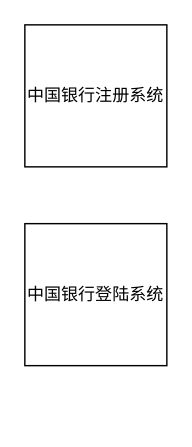
Foward-Fu/Demo keeps this draw.io diagram as 整体架构图.drawio. Above is the earlier version. Source tidied: cells renumbered, new cells numbered last; positions are measured from the earlier drawing's top-left corner, leaving out a move shared by most shapes. Both pictures are drawn from the tidied source at 142%, with x=0, y=0 at pixel (24, 24).
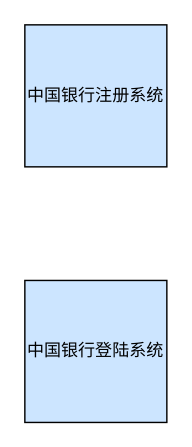
After the change.

Commit message (it also covers changes not shown here):
更新整体架构图.drawio

Diff of the diagram source:
```diff
@@
 <mxGraphModel>
   <root>
     <mxCell id="0" />
     <mxCell id="1" parent="0" />
-    <mxCell id="2" value="中国银行注册系统" style="rounded=0;whiteSpace=wrap;html=1;" parent="1" vertex="1">
+    <mxCell id="2" value="中国银行注册系统" style="rounded=0;whiteSpace=wrap;html=1;fillColor=#CCE5FF;" parent="1" vertex="1">
       <mxGeometry width="100" height="100" as="geometry" />
     </mxCell>
-    <mxCell id="3" value="中国银行登陆系统" style="rounded=0;whiteSpace=wrap;html=1;" parent="1" vertex="1">
-      <mxGeometry y="140" width="100" height="100" as="geometry" />
+    <mxCell id="3" value="中国银行登陆系统" style="rounded=0;whiteSpace=wrap;html=1;fillColor=#CCE5FF;" parent="1" vertex="1">
+      <mxGeometry y="180" width="100" height="100" as="geometry" />
     </mxCell>
   </root>
 </mxGraphModel>
```
